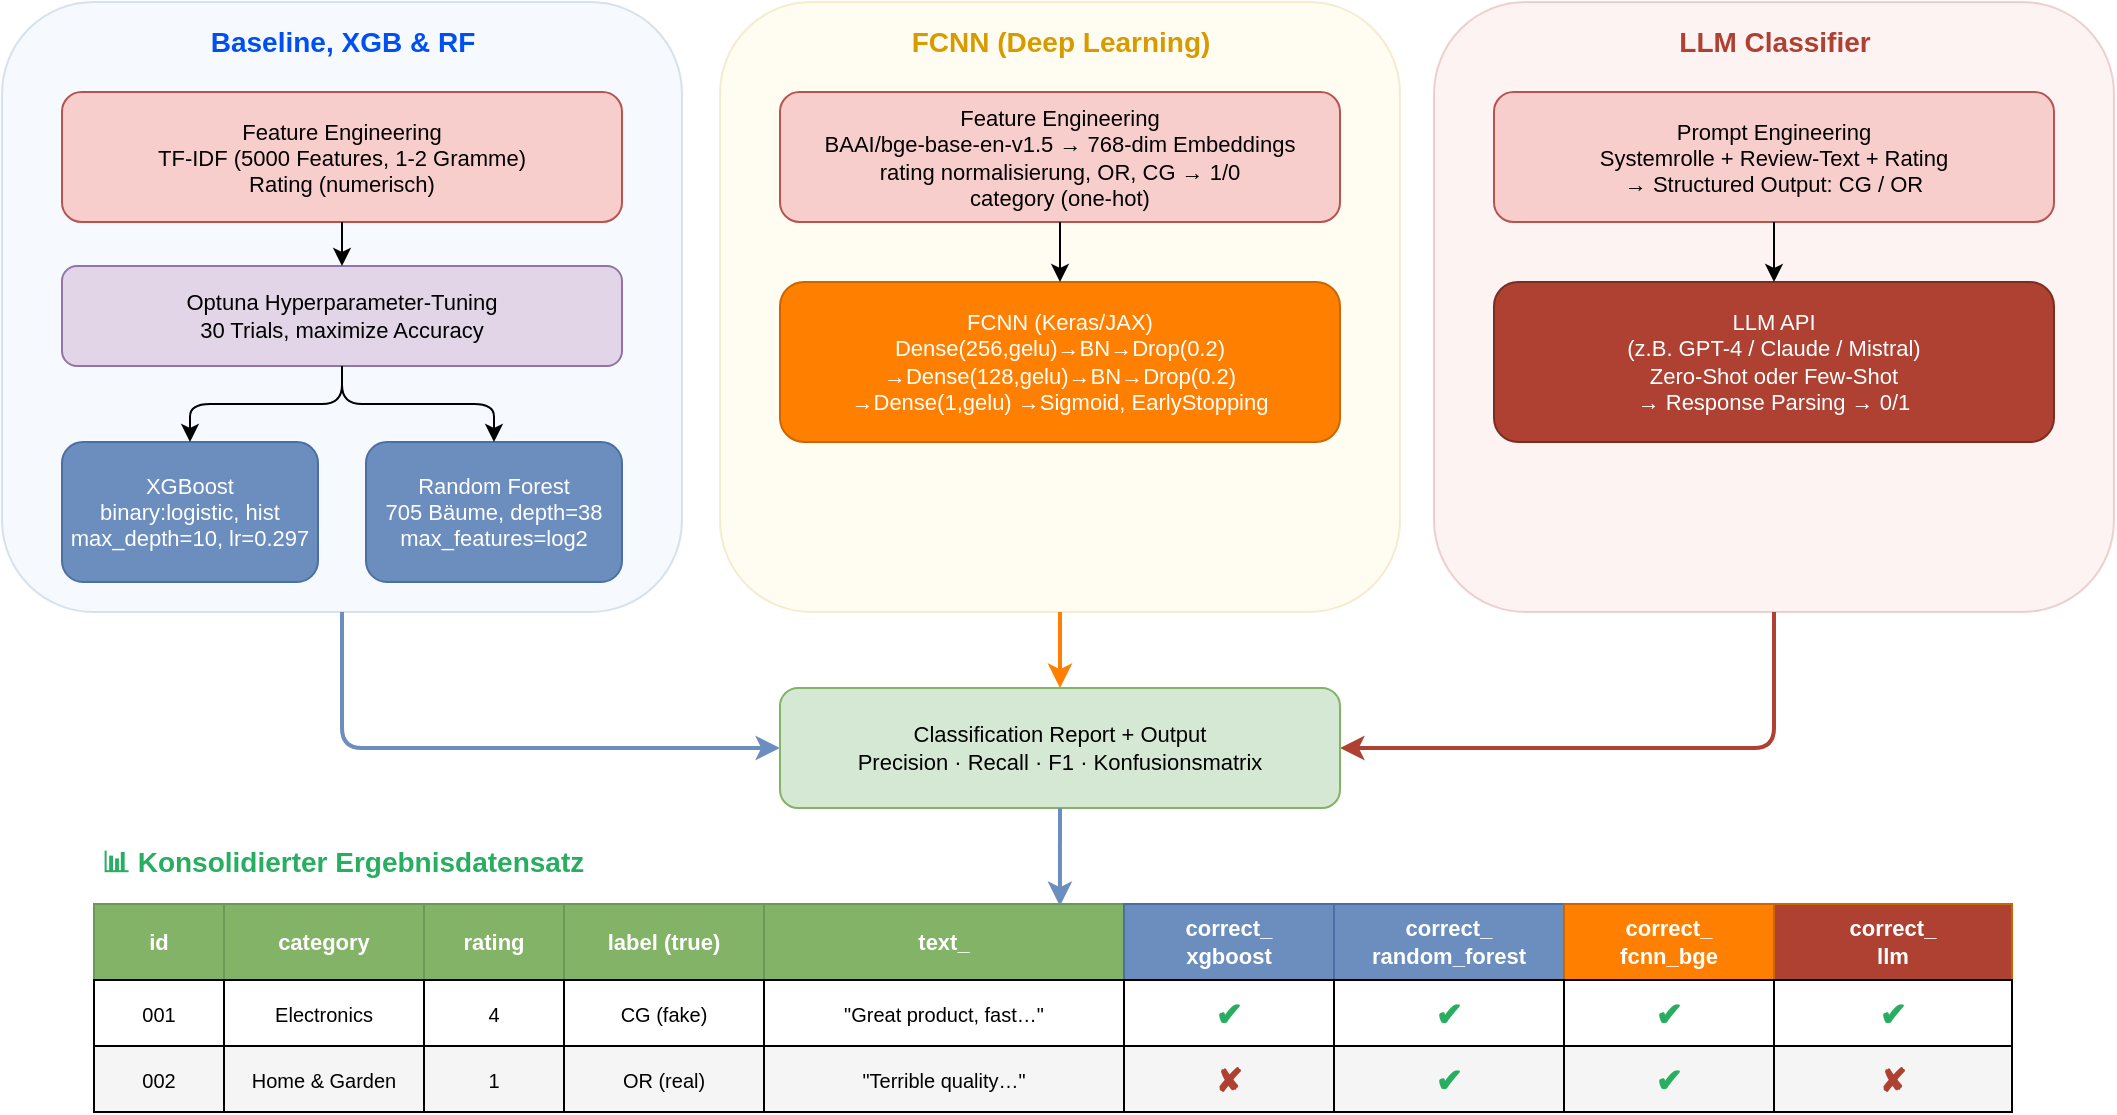
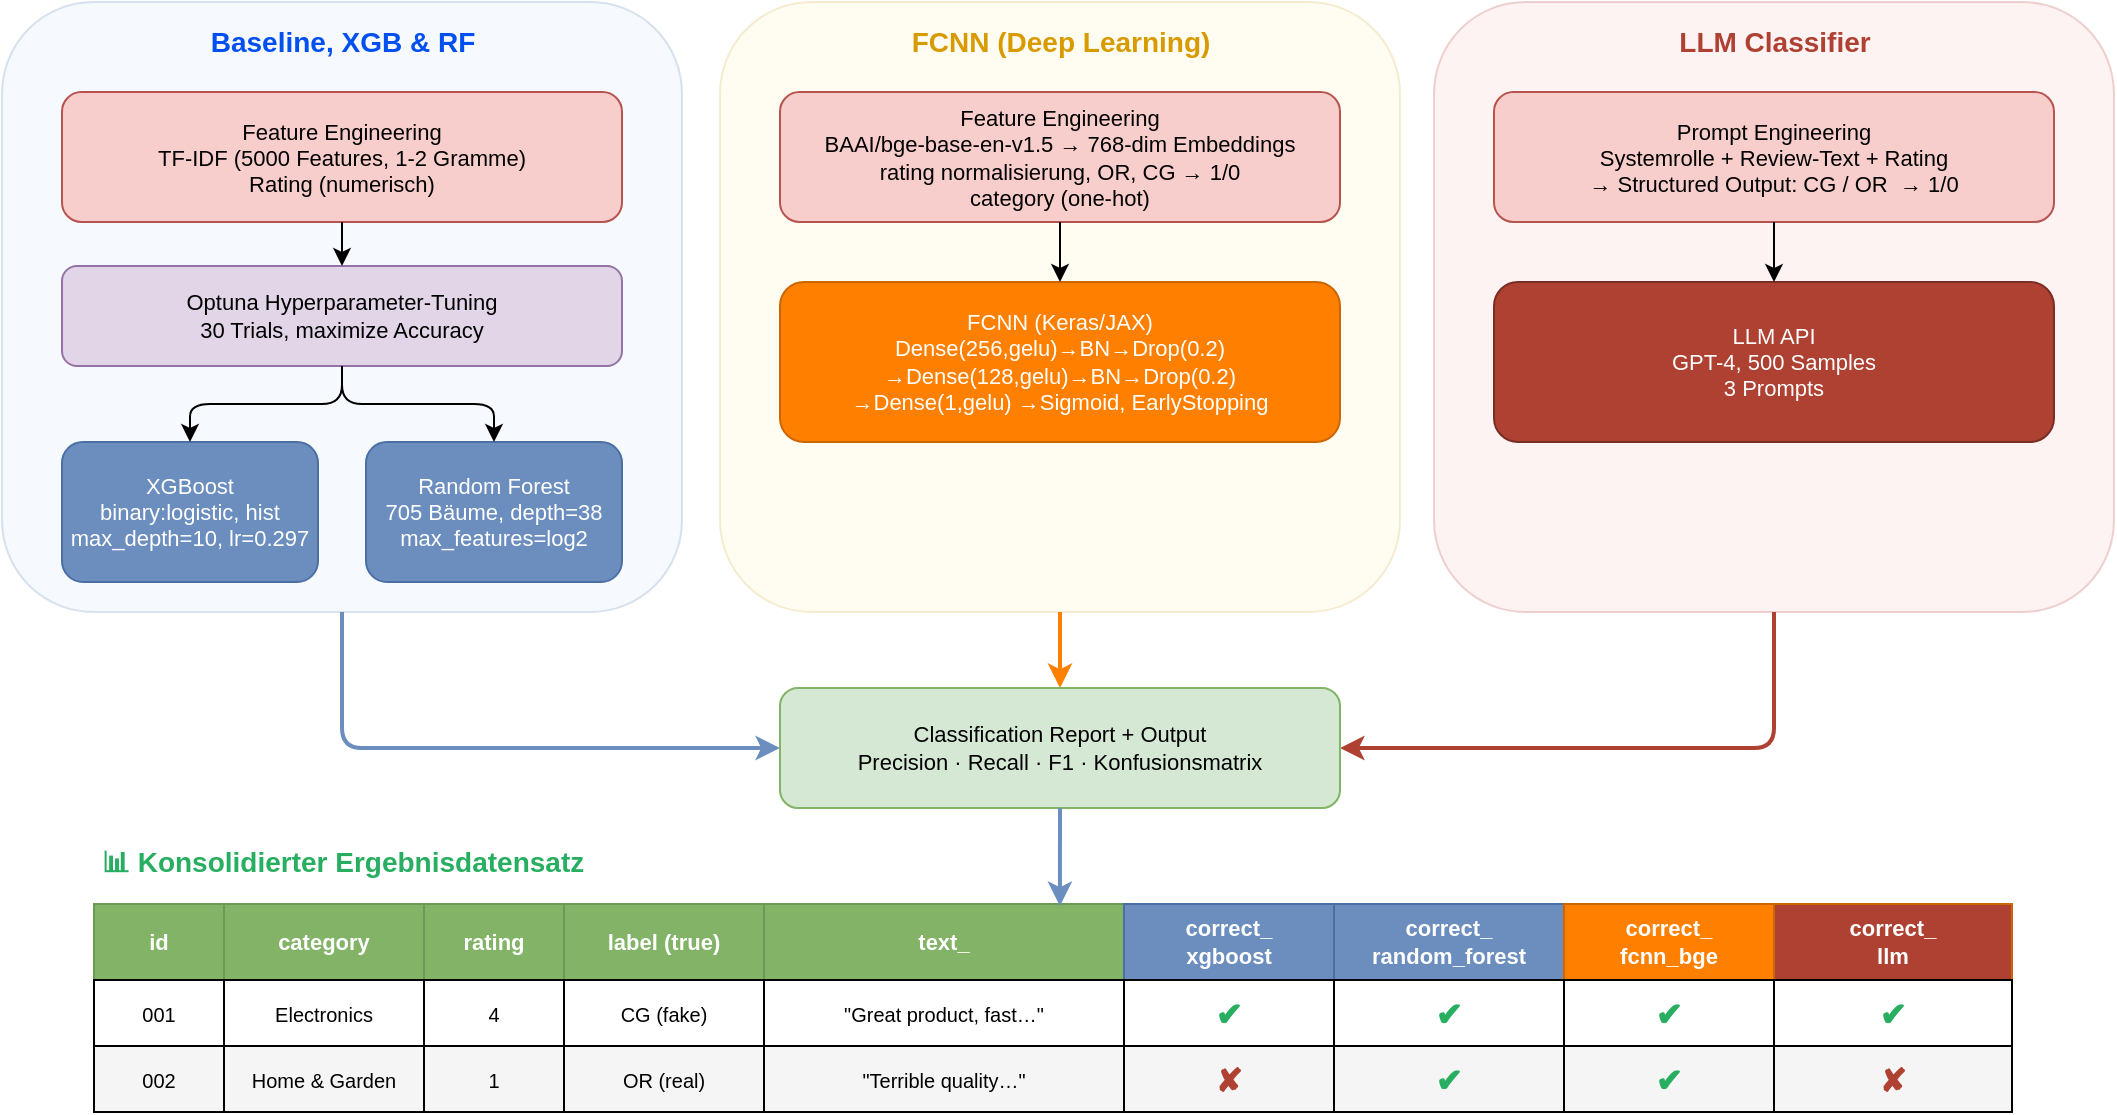
<mxfile host="Electron">
  <diagram name="Fake Review Classification Pipeline" id="pipeline">
-     <mxGraphModel dx="1542" dy="922" grid="1" gridSize="10" guides="1" tooltips="1" connect="1" arrows="1" fold="1" page="1" pageScale="1" pageWidth="1454" pageHeight="1050" math="0" shadow="0">
+     <mxGraphModel dx="644" dy="404" grid="1" gridSize="10" guides="1" tooltips="1" connect="1" arrows="1" fold="1" page="1" pageScale="1" pageWidth="1454" pageHeight="1050" math="0" shadow="0">
      <root>
        <mxCell id="0" />
        <mxCell id="1" parent="0" />
        <mxCell id="silo1_bg" parent="1" style="rounded=1;fillColor=#dae8fc;strokeColor=#6c8ebf;opacity=25;" value="" vertex="1">
          <mxGeometry height="305" width="340" x="198" y="65" as="geometry" />
        </mxCell>
        <mxCell id="silo1_title" parent="1" style="text;html=1;strokeColor=none;fillColor=none;align=center;fontSize=14;fontStyle=1;fontColor=#0050EF;" value="Baseline, XGB &amp;amp; RF" vertex="1">
          <mxGeometry height="28" width="340" x="198" y="70" as="geometry" />
        </mxCell>
        <mxCell id="s1_feat" parent="1" style="rounded=1;whiteSpace=wrap;html=1;fillColor=#f8cecc;strokeColor=#b85450;fontSize=11;" value="Feature Engineering&lt;br&gt;TF-IDF (5000 Features, 1-2 Gramme)&lt;div&gt;Rating (numerisch)&lt;/div&gt;" vertex="1">
          <mxGeometry height="65" width="280" x="228" y="110" as="geometry" />
        </mxCell>
        <mxCell id="s1_optuna" parent="1" style="rounded=1;whiteSpace=wrap;html=1;fillColor=#e1d5e7;strokeColor=#9673a6;fontSize=11;" value="Optuna Hyperparameter-Tuning&lt;br&gt;30 Trials, maximize Accuracy" vertex="1">
          <mxGeometry height="50" width="280" x="228" y="197" as="geometry" />
        </mxCell>
        <mxCell id="s1_xgb" parent="1" style="rounded=1;whiteSpace=wrap;html=1;fillColor=#6c8ebf;fontColor=#fff;strokeColor=#4a6fa5;fontSize=11;" value="XGBoost&lt;br&gt;binary:logistic, hist&lt;br&gt;max_depth=10, lr=0.297" vertex="1">
          <mxGeometry height="70" width="128" x="228" y="285" as="geometry" />
        </mxCell>
        <mxCell id="s1_rf" parent="1" style="rounded=1;whiteSpace=wrap;html=1;fillColor=#6c8ebf;fontColor=#fff;strokeColor=#4a6fa5;fontSize=11;" value="Random Forest&lt;br&gt;705 Bäume, depth=38&lt;br&gt;max_features=log2" vertex="1">
          <mxGeometry height="70" width="128" x="380" y="285" as="geometry" />
        </mxCell>
        <mxCell id="_8KNrO0H_qVNG3wlR6a1-1" edge="1" parent="1" source="s1_feat" style="edgeStyle=orthogonalEdgeStyle;" target="s1_optuna">
          <mxGeometry relative="1" as="geometry" />
        </mxCell>
        <mxCell id="_8KNrO0H_qVNG3wlR6a1-2" edge="1" parent="1" source="s1_optuna" style="edgeStyle=orthogonalEdgeStyle;" target="s1_xgb">
          <mxGeometry relative="1" as="geometry" />
        </mxCell>
        <mxCell id="_8KNrO0H_qVNG3wlR6a1-3" edge="1" parent="1" source="s1_optuna" style="edgeStyle=orthogonalEdgeStyle;" target="s1_rf">
          <mxGeometry relative="1" as="geometry" />
        </mxCell>
        <mxCell id="silo2_bg" parent="1" style="rounded=1;fillColor=#fff2cc;strokeColor=#d6b656;opacity=25;" value="" vertex="1">
          <mxGeometry height="305" width="340" x="557" y="65" as="geometry" />
        </mxCell>
        <mxCell id="silo2_title" parent="1" style="text;html=1;strokeColor=none;fillColor=none;align=center;fontSize=14;fontStyle=1;fontColor=#D79B00;" value="FCNN (Deep Learning)" vertex="1">
          <mxGeometry height="28" width="340" x="557" y="70" as="geometry" />
        </mxCell>
        <mxCell id="s2_feat" parent="1" style="rounded=1;whiteSpace=wrap;html=1;fillColor=#f8cecc;strokeColor=#b85450;fontSize=11;" value="Feature Engineering&lt;br&gt;BAAI/bge-base-en-v1.5 → 768-dim Embeddings&lt;br&gt;rating normalisierung, OR, CG → 1/0&lt;div&gt;category (one-hot)&lt;/div&gt;" vertex="1">
          <mxGeometry height="65" width="280" x="587" y="110" as="geometry" />
        </mxCell>
        <mxCell id="s2_fcnn" parent="1" style="rounded=1;whiteSpace=wrap;html=1;fillColor=#FF8000;fontColor=#fff;strokeColor=#cc6600;fontSize=11;" value="FCNN (Keras/JAX)&lt;br&gt;Dense(256,gelu)→BN→Drop(0.2)&lt;br&gt;→Dense(128,gelu)→BN→Drop(0.2)&lt;br&gt;→Dense(1,gelu) →Sigmoid, EarlyStopping" vertex="1">
          <mxGeometry height="80" width="280" x="587" y="205" as="geometry" />
        </mxCell>
        <mxCell id="_8KNrO0H_qVNG3wlR6a1-6" edge="1" parent="1" source="s2_feat" style="edgeStyle=orthogonalEdgeStyle;" target="s2_fcnn">
          <mxGeometry relative="1" as="geometry" />
        </mxCell>
        <mxCell id="silo3_bg" parent="1" style="rounded=1;fillColor=#f8cecc;strokeColor=#b85450;opacity=25;" value="" vertex="1">
          <mxGeometry height="305" width="340" x="914" y="65" as="geometry" />
        </mxCell>
        <mxCell id="silo3_title" parent="1" style="text;html=1;strokeColor=none;fillColor=none;align=center;fontSize=14;fontStyle=1;fontColor=#AE4132;" value="LLM Classifier" vertex="1">
          <mxGeometry height="28" width="340" x="914" y="70" as="geometry" />
        </mxCell>
-         <mxCell id="s3_prompt" parent="1" style="rounded=1;whiteSpace=wrap;html=1;fillColor=#f8cecc;strokeColor=#b85450;fontSize=11;" value="Prompt Engineering&#xa;Systemrolle + Review-Text + Rating&#xa;→ Structured Output: CG / OR" vertex="1">
+         <mxCell id="s3_prompt" parent="1" style="rounded=1;whiteSpace=wrap;html=1;fillColor=#f8cecc;strokeColor=#b85450;fontSize=11;" value="Prompt Engineering&lt;br&gt;Systemrolle + Review-Text + Rating&lt;br&gt;→ Structured Output: CG / OR&amp;nbsp;&amp;nbsp;→ 1/0" vertex="1">
          <mxGeometry height="65" width="280" x="944" y="110" as="geometry" />
        </mxCell>
-         <mxCell id="s3_llm" parent="1" style="rounded=1;whiteSpace=wrap;html=1;fillColor=#AE4132;fontColor=#fff;strokeColor=#7a2e23;fontSize=11;" value="LLM API&#xa;(z.B. GPT-4 / Claude / Mistral)&#xa;Zero-Shot oder Few-Shot&#xa;→ Response Parsing → 0/1" vertex="1">
+         <mxCell id="s3_llm" parent="1" style="rounded=1;whiteSpace=wrap;html=1;fillColor=#AE4132;fontColor=#fff;strokeColor=#7a2e23;fontSize=11;" value="LLM API&lt;br&gt;GPT-4, 500 Samples&lt;div&gt;3 Prompts&lt;/div&gt;" vertex="1">
          <mxGeometry height="80" width="280" x="944" y="205" as="geometry" />
        </mxCell>
        <mxCell id="_8KNrO0H_qVNG3wlR6a1-9" edge="1" parent="1" source="s3_prompt" style="edgeStyle=orthogonalEdgeStyle;" target="s3_llm">
          <mxGeometry relative="1" as="geometry" />
        </mxCell>
        <mxCell id="cons_title" parent="1" style="text;html=1;strokeColor=none;fillColor=none;align=center;fontSize=14;fontStyle=1;fontColor=#27AE60;" value="📊 Konsolidierter Ergebnisdatensatz" vertex="1">
          <mxGeometry height="28" width="300" x="218" y="480" as="geometry" />
        </mxCell>
        <mxCell id="_8KNrO0H_qVNG3wlR6a1-12" parent="1" style="rounded=0;whiteSpace=wrap;html=1;fillColor=#82b366;fontColor=#fff;strokeColor=#6a9a53;fontStyle=1;fontSize=11;" value="id" vertex="1">
          <mxGeometry height="38" width="65" x="244" y="516" as="geometry" />
        </mxCell>
        <mxCell id="_8KNrO0H_qVNG3wlR6a1-13" parent="1" style="rounded=0;whiteSpace=wrap;html=1;fillColor=#82b366;fontColor=#fff;strokeColor=#6a9a53;fontStyle=1;fontSize=11;" value="category" vertex="1">
          <mxGeometry height="38" width="100" x="309" y="516" as="geometry" />
        </mxCell>
        <mxCell id="_8KNrO0H_qVNG3wlR6a1-14" parent="1" style="rounded=0;whiteSpace=wrap;html=1;fillColor=#82b366;fontColor=#fff;strokeColor=#6a9a53;fontStyle=1;fontSize=11;" value="rating" vertex="1">
          <mxGeometry height="38" width="70" x="409" y="516" as="geometry" />
        </mxCell>
        <mxCell id="_8KNrO0H_qVNG3wlR6a1-15" parent="1" style="rounded=0;whiteSpace=wrap;html=1;fillColor=#82b366;fontColor=#fff;strokeColor=#6a9a53;fontStyle=1;fontSize=11;" value="label (true)" vertex="1">
          <mxGeometry height="38" width="100" x="479" y="516" as="geometry" />
        </mxCell>
        <mxCell id="_8KNrO0H_qVNG3wlR6a1-16" parent="1" style="rounded=0;whiteSpace=wrap;html=1;fillColor=#82b366;fontColor=#fff;strokeColor=#6a9a53;fontStyle=1;fontSize=11;" value="text_" vertex="1">
          <mxGeometry height="38" width="180" x="579" y="516" as="geometry" />
        </mxCell>
        <mxCell id="_8KNrO0H_qVNG3wlR6a1-17" parent="1" style="rounded=0;whiteSpace=wrap;html=1;fillColor=#6c8ebf;fontColor=#fff;strokeColor=#4a6fa5;fontStyle=1;fontSize=11;" value="correct_&#xa;xgboost" vertex="1">
          <mxGeometry height="38" width="105" x="759" y="516" as="geometry" />
        </mxCell>
        <mxCell id="_8KNrO0H_qVNG3wlR6a1-18" parent="1" style="rounded=0;whiteSpace=wrap;html=1;fillColor=#6c8ebf;fontColor=#fff;strokeColor=#4a6fa5;fontStyle=1;fontSize=11;" value="correct_&#xa;random_forest" vertex="1">
          <mxGeometry height="38" width="115" x="864" y="516" as="geometry" />
        </mxCell>
        <mxCell id="_8KNrO0H_qVNG3wlR6a1-19" parent="1" style="rounded=0;whiteSpace=wrap;html=1;fillColor=#FF8000;fontColor=#fff;strokeColor=#cc6600;fontStyle=1;fontSize=11;" value="correct_&#xa;fcnn_bge" vertex="1">
          <mxGeometry height="38" width="105" x="979" y="516" as="geometry" />
        </mxCell>
        <mxCell id="_8KNrO0H_qVNG3wlR6a1-20" parent="1" style="rounded=0;whiteSpace=wrap;html=1;fillColor=#AE4132;fontColor=#fff;strokeColor=#cc6600;fontStyle=1;fontSize=11;" value="correct_&lt;br&gt;llm" vertex="1">
          <mxGeometry height="38" width="119" x="1084" y="516" as="geometry" />
        </mxCell>
        <mxCell id="_8KNrO0H_qVNG3wlR6a1-22" parent="1" style="rounded=0;whiteSpace=wrap;html=1;fontSize=10;" value="001" vertex="1">
          <mxGeometry height="33" width="65" x="244" y="554" as="geometry" />
        </mxCell>
        <mxCell id="_8KNrO0H_qVNG3wlR6a1-23" parent="1" style="rounded=0;whiteSpace=wrap;html=1;fontSize=10;" value="Electronics" vertex="1">
          <mxGeometry height="33" width="100" x="309" y="554" as="geometry" />
        </mxCell>
        <mxCell id="_8KNrO0H_qVNG3wlR6a1-24" parent="1" style="rounded=0;whiteSpace=wrap;html=1;fontSize=10;" value="4" vertex="1">
          <mxGeometry height="33" width="70" x="409" y="554" as="geometry" />
        </mxCell>
        <mxCell id="_8KNrO0H_qVNG3wlR6a1-25" parent="1" style="rounded=0;whiteSpace=wrap;html=1;fontSize=10;" value="CG (fake)" vertex="1">
          <mxGeometry height="33" width="100" x="479" y="554" as="geometry" />
        </mxCell>
        <mxCell id="_8KNrO0H_qVNG3wlR6a1-26" parent="1" style="rounded=0;whiteSpace=wrap;html=1;fontSize=10;" value="&quot;Great product, fast…&quot;" vertex="1">
          <mxGeometry height="33" width="180" x="579" y="554" as="geometry" />
        </mxCell>
        <mxCell id="_8KNrO0H_qVNG3wlR6a1-27" parent="1" style="rounded=0;whiteSpace=wrap;html=1;fontSize=16;fontColor=#27AE60;fontStyle=1;" value="✔" vertex="1">
          <mxGeometry height="33" width="105" x="759" y="554" as="geometry" />
        </mxCell>
        <mxCell id="_8KNrO0H_qVNG3wlR6a1-28" parent="1" style="rounded=0;whiteSpace=wrap;html=1;fontSize=16;fontColor=#27AE60;fontStyle=1;" value="✔" vertex="1">
          <mxGeometry height="33" width="115" x="864" y="554" as="geometry" />
        </mxCell>
        <mxCell id="_8KNrO0H_qVNG3wlR6a1-29" parent="1" style="rounded=0;whiteSpace=wrap;html=1;fontSize=16;fontColor=#27AE60;fontStyle=1;" value="✔" vertex="1">
          <mxGeometry height="33" width="105" x="979" y="554" as="geometry" />
        </mxCell>
        <mxCell id="_8KNrO0H_qVNG3wlR6a1-30" parent="1" style="rounded=0;whiteSpace=wrap;html=1;fontSize=16;fontColor=#27AE60;fontStyle=1;" value="✔" vertex="1">
          <mxGeometry height="33" width="119" x="1084" y="554" as="geometry" />
        </mxCell>
        <mxCell id="_8KNrO0H_qVNG3wlR6a1-32" parent="1" style="rounded=0;whiteSpace=wrap;html=1;fontSize=10;fillColor=#f5f5f5;" value="002" vertex="1">
          <mxGeometry height="33" width="65" x="244" y="587" as="geometry" />
        </mxCell>
        <mxCell id="_8KNrO0H_qVNG3wlR6a1-33" parent="1" style="rounded=0;whiteSpace=wrap;html=1;fontSize=10;fillColor=#f5f5f5;" value="Home &amp; Garden" vertex="1">
          <mxGeometry height="33" width="100" x="309" y="587" as="geometry" />
        </mxCell>
        <mxCell id="_8KNrO0H_qVNG3wlR6a1-34" parent="1" style="rounded=0;whiteSpace=wrap;html=1;fontSize=10;fillColor=#f5f5f5;" value="1" vertex="1">
          <mxGeometry height="33" width="70" x="409" y="587" as="geometry" />
        </mxCell>
        <mxCell id="_8KNrO0H_qVNG3wlR6a1-35" parent="1" style="rounded=0;whiteSpace=wrap;html=1;fontSize=10;fillColor=#f5f5f5;" value="OR (real)" vertex="1">
          <mxGeometry height="33" width="100" x="479" y="587" as="geometry" />
        </mxCell>
        <mxCell id="_8KNrO0H_qVNG3wlR6a1-36" parent="1" style="rounded=0;whiteSpace=wrap;html=1;fontSize=10;fillColor=#f5f5f5;" value="&quot;Terrible quality…&quot;" vertex="1">
          <mxGeometry height="33" width="180" x="579" y="587" as="geometry" />
        </mxCell>
        <mxCell id="_8KNrO0H_qVNG3wlR6a1-37" parent="1" style="rounded=0;whiteSpace=wrap;html=1;fontSize=16;fontColor=#AE4132;fontStyle=1;fillColor=#f5f5f5;" value="✘" vertex="1">
          <mxGeometry height="33" width="105" x="759" y="587" as="geometry" />
        </mxCell>
        <mxCell id="_8KNrO0H_qVNG3wlR6a1-38" parent="1" style="rounded=0;whiteSpace=wrap;html=1;fontSize=16;fontColor=#27AE60;fontStyle=1;fillColor=#f5f5f5;" value="✔" vertex="1">
          <mxGeometry height="33" width="115" x="864" y="587" as="geometry" />
        </mxCell>
        <mxCell id="_8KNrO0H_qVNG3wlR6a1-39" parent="1" style="rounded=0;whiteSpace=wrap;html=1;fontSize=16;fontColor=#27AE60;fontStyle=1;fillColor=#f5f5f5;" value="✔" vertex="1">
          <mxGeometry height="33" width="105" x="979" y="587" as="geometry" />
        </mxCell>
        <mxCell id="_8KNrO0H_qVNG3wlR6a1-40" parent="1" style="rounded=0;whiteSpace=wrap;html=1;fontSize=16;fontColor=#AE4132;fontStyle=1;fillColor=#f5f5f5;" value="✘" vertex="1">
          <mxGeometry height="33" width="119" x="1084" y="587" as="geometry" />
        </mxCell>
        <mxCell id="_8KNrO0H_qVNG3wlR6a1-49" edge="1" parent="1" source="silo1_bg" style="edgeStyle=orthogonalEdgeStyle;strokeColor=#6c8ebf;strokeWidth=2;entryX=0;entryY=0.5;entryDx=0;entryDy=0;exitX=0.5;exitY=1;exitDx=0;exitDy=0;" target="5U6AL1UGE4zF9p1YTxDr-1">
          <mxGeometry relative="1" as="geometry">
            <Array as="points">
              <mxPoint x="368" y="438" />
            </Array>
            <mxPoint x="368" y="370" as="sourcePoint" />
            <mxPoint x="470" y="488" as="targetPoint" />
          </mxGeometry>
        </mxCell>
        <mxCell id="_8KNrO0H_qVNG3wlR6a1-50" edge="1" parent="1" source="silo2_bg" style="edgeStyle=orthogonalEdgeStyle;strokeColor=#FF8000;strokeWidth=2;entryX=0.5;entryY=0;entryDx=0;entryDy=0;exitX=0.5;exitY=1;exitDx=0;exitDy=0;" target="5U6AL1UGE4zF9p1YTxDr-1">
          <mxGeometry relative="1" as="geometry">
            <mxPoint x="727" y="370" as="sourcePoint" />
            <mxPoint x="780" y="398" as="targetPoint" />
          </mxGeometry>
        </mxCell>
        <mxCell id="_8KNrO0H_qVNG3wlR6a1-51" edge="1" parent="1" source="silo3_bg" style="edgeStyle=orthogonalEdgeStyle;strokeColor=#AE4132;strokeWidth=2;exitX=0.5;exitY=1;exitDx=0;exitDy=0;entryX=1;entryY=0.5;entryDx=0;entryDy=0;" target="5U6AL1UGE4zF9p1YTxDr-1">
          <mxGeometry relative="1" as="geometry">
            <Array as="points">
              <mxPoint x="1084" y="438" />
            </Array>
            <mxPoint x="1084" y="318" as="sourcePoint" />
            <mxPoint x="880" y="438" as="targetPoint" />
          </mxGeometry>
        </mxCell>
        <mxCell id="5U6AL1UGE4zF9p1YTxDr-1" parent="1" style="rounded=1;whiteSpace=wrap;html=1;fillColor=#d5e8d4;strokeColor=#82b366;fontSize=11;" value="Classification Report + Output&lt;br&gt;Precision · Recall · F1 · Konfusionsmatrix" vertex="1">
          <mxGeometry height="60" width="280" x="587" y="408" as="geometry" />
        </mxCell>
        <mxCell id="5U6AL1UGE4zF9p1YTxDr-5" edge="1" parent="1" source="5U6AL1UGE4zF9p1YTxDr-1" style="edgeStyle=orthogonalEdgeStyle;strokeColor=#6c8ebf;strokeWidth=2;exitX=0.5;exitY=1;exitDx=0;exitDy=0;entryX=0.822;entryY=0.026;entryDx=0;entryDy=0;entryPerimeter=0;" target="_8KNrO0H_qVNG3wlR6a1-16">
          <mxGeometry relative="1" as="geometry">
            <Array as="points" />
            <mxPoint x="650" y="498" as="sourcePoint" />
            <mxPoint x="620" y="528" as="targetPoint" />
          </mxGeometry>
        </mxCell>
      </root>
    </mxGraphModel>
  </diagram>
</mxfile>
